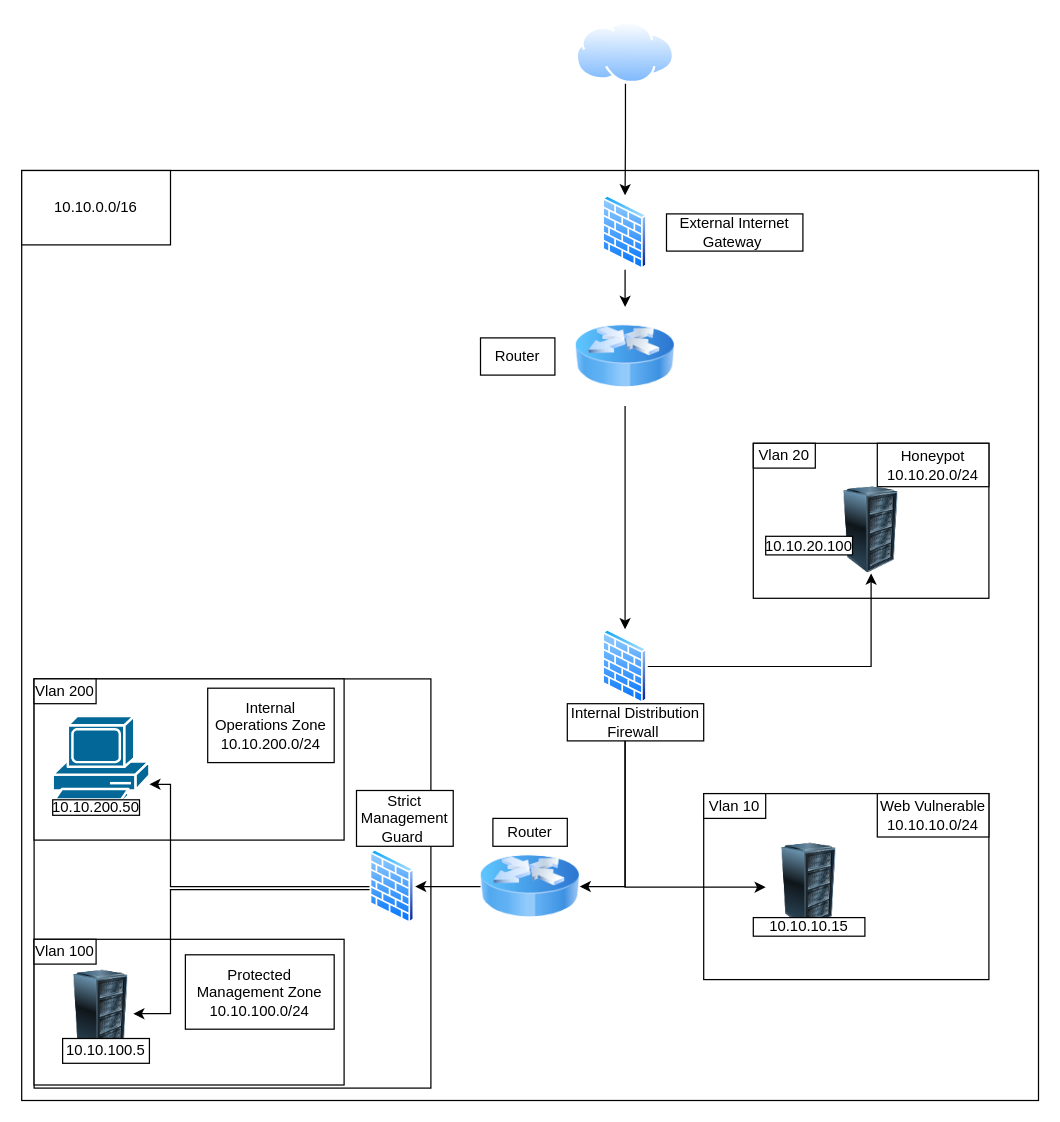
This is topology/draw.io/LOW LEVEL DESIGN.drawio from Yannn18/SOC-Based-Log4Shell-Detection, a draw.io file, before an edit. Source tidied: cells renumbered, new cells numbered last; positions are measured from the earlier drawing's top-left corner, leaving out a move shared by most shapes. Both pictures are drawn from the tidied source at 124%, with x=0, y=0 at pixel (21, 21).
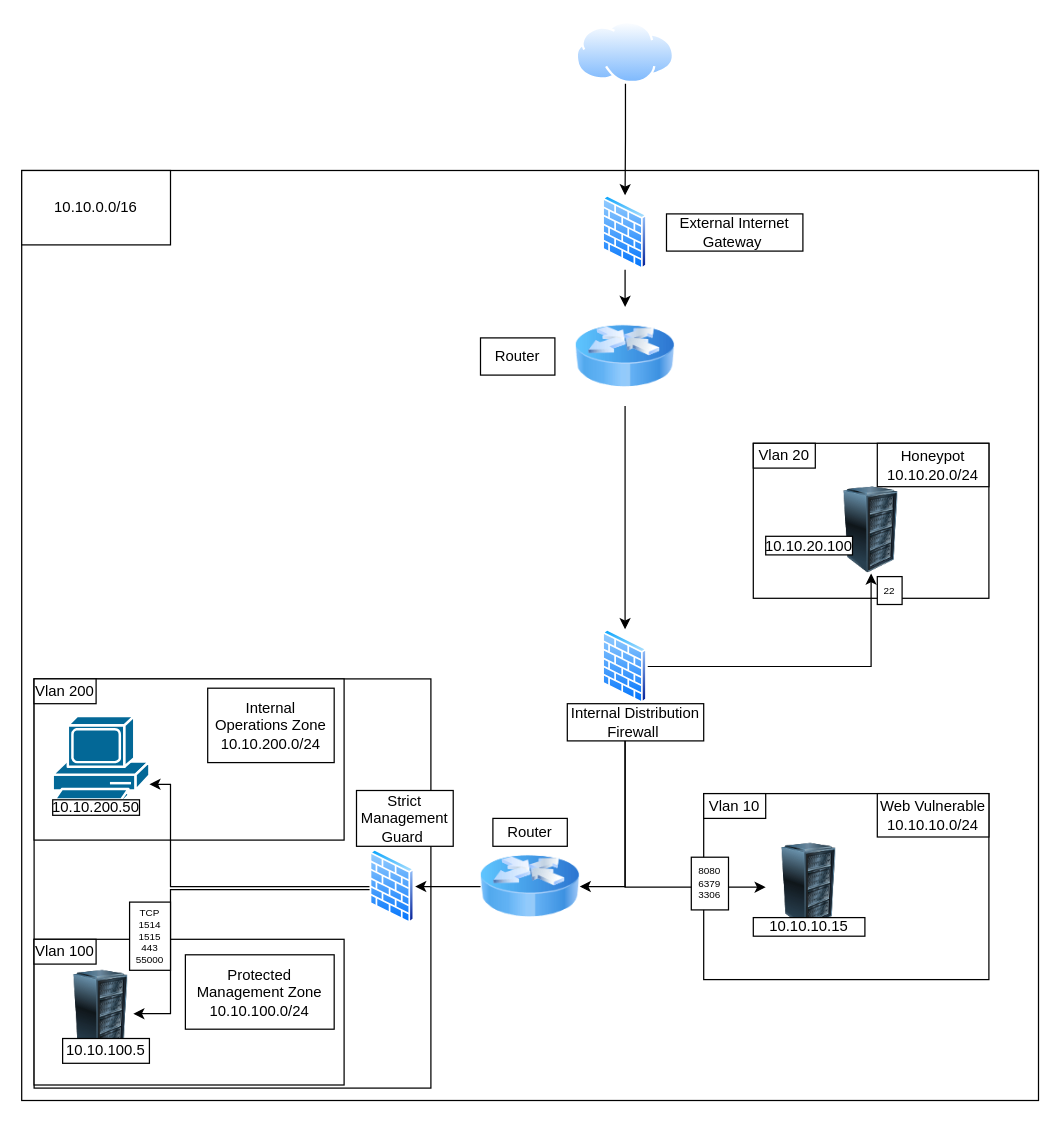
The same page after the edit.

The edit, as a diff of the source:
```diff
@@
+    <mxCell id="45" value="&lt;div&gt;TCP&lt;/div&gt;&lt;div&gt;1514&lt;/div&gt;&lt;div&gt;1515&lt;/div&gt;&lt;div&gt;443&lt;/div&gt;&lt;div&gt;55000&lt;/div&gt;" style="whiteSpace=wrap;html=1;fontSize=8;" parent="1" vertex="1">
+      <mxGeometry x="87" y="710" width="33" height="55" as="geometry" />
+    </mxCell>
+    <mxCell id="46" value="&lt;div&gt;8080&lt;/div&gt;&lt;div&gt;&lt;span style=&quot;background-color: transparent; color: light-dark(rgb(0, 0, 0), rgb(255, 255, 255));&quot;&gt;6379&lt;/span&gt;&lt;/div&gt;&lt;div&gt;&lt;span style=&quot;background-color: transparent; color: light-dark(rgb(0, 0, 0), rgb(255, 255, 255));&quot;&gt;3306&lt;/span&gt;&lt;/div&gt;" style="whiteSpace=wrap;html=1;fontSize=8;" parent="1" vertex="1">
+      <mxGeometry x="540" y="673.8" width="30" height="42.5" as="geometry" />
+    </mxCell>
+    <mxCell id="47" value="&lt;div&gt;22&lt;/div&gt;" style="whiteSpace=wrap;html=1;fontSize=8;" parent="1" vertex="1">
+      <mxGeometry x="690" y="447.5" width="20" height="22.5" as="geometry" />
+    </mxCell>
```
